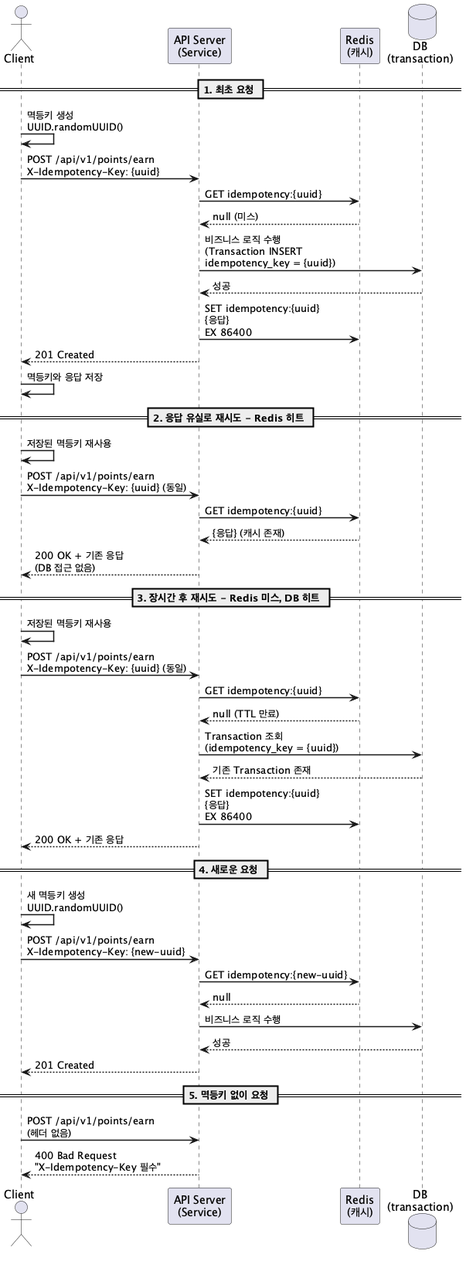
This is docs/resources/Idempotency Key Sequence.png from zepetto7065/example-point-api, a PlantUML export, as it was before one commit.
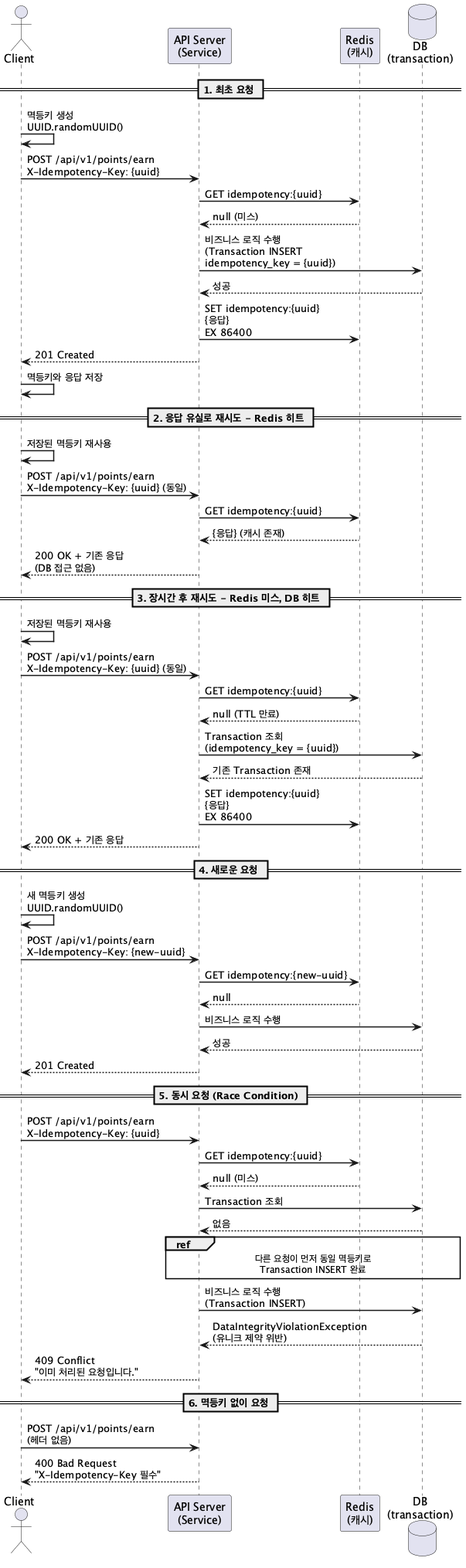
The same diagram one commit later.

Commit message:
main docs: 멱등성 시퀀스 다이어그램에 동시 요청 시나리오 추가

* Race condition 발생 시 409 Conflict 응답 흐름 추가
* 기존 5번(멱등키 없이 요청)을 6번으로 변경
* PNG 이미지 재생성

What changed in the source:
```diff
@@ -50,7 +50,24 @@
 DB --> Service : 성공
 Service --> Client : 201 Created
 
-== 5. 멱등키 없이 요청 ==
+== 5. 동시 요청 (Race Condition) ==
+
+Client -> Service : POST /api/v1/points/earn\nX-Idempotency-Key: {uuid}
+Service -> Redis : GET idempotency:{uuid}
+Redis --> Service : null (미스)
+Service -> DB : Transaction 조회
+DB --> Service : 없음
+
+ref over Service, DB
+    다른 요청이 먼저 동일 멱등키로
+    Transaction INSERT 완료
+end ref
+
+Service -> DB : 비즈니스 로직 수행\n(Transaction INSERT)
+DB --> Service : DataIntegrityViolationException\n(유니크 제약 위반)
+Service --> Client : 409 Conflict\n"이미 처리된 요청입니다."
+
+== 6. 멱등키 없이 요청 ==
 
 Client -> Service : POST /api/v1/points/earn\n(헤더 없음)
 Service --> Client : 400 Bad Request\n"X-Idempotency-Key 필수"
```
